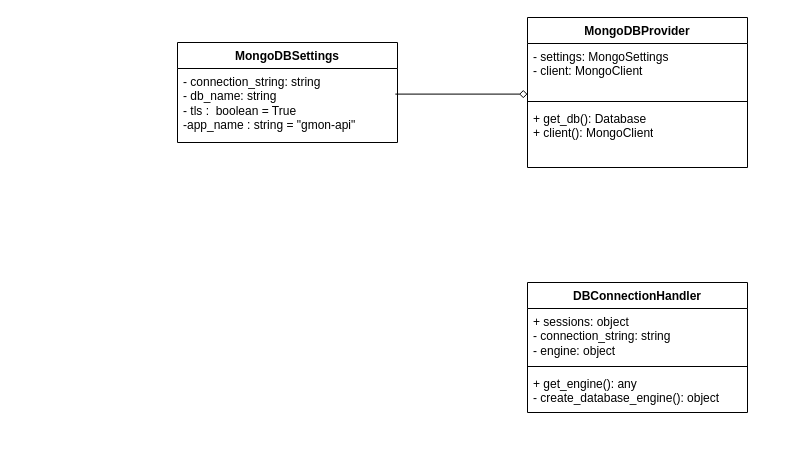
Above: docs/diagramas/diagrama_de_classes.drawio in pedromaximocampos/Clean-Architecture-Python (draw.io), before the change. Source tidied: cells renumbered, new cells numbered last; positions are measured from the earlier drawing's top-left corner, leaving out a move shared by most shapes. Both pictures are drawn from the tidied source at 100%, with x=0, y=0 at pixel (177, 17).
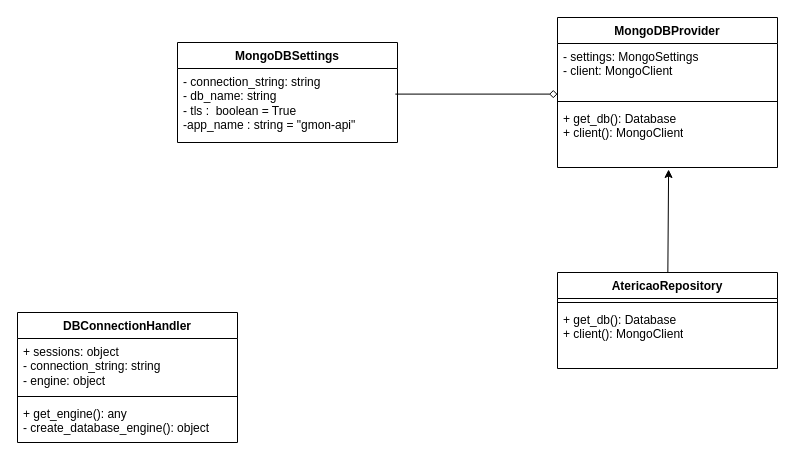
The same page after the edit.

What changed in the source:
```diff
@@
 <mxGraphModel>
   <root>
     <mxCell id="0" />
     <mxCell id="1" parent="0" />
     <mxCell id="2" value="&lt;span style=&quot;color: rgb(0, 0, 0);&quot;&gt;DBConnectionHandler&lt;/span&gt;" style="swimlane;fontStyle=1;align=center;verticalAlign=top;horizontal=1;startSize=26;whiteSpace=wrap;html=1;" parent="1" vertex="1">
-      <mxGeometry x="350" y="265" width="220" height="130" as="geometry" />
+      <mxGeometry x="-160" y="295" width="220" height="130" as="geometry" />
     </mxCell>
     <mxCell id="3" value="&lt;span style=&quot;color: rgb(0, 0, 0);&quot;&gt;+ sessions: object&lt;br&gt;- connection_string: string&lt;/span&gt;&lt;div&gt;&lt;span style=&quot;color: rgb(0, 0, 0);&quot;&gt;- engine: object&lt;/span&gt;&lt;/div&gt;" style="text;strokeColor=none;fillColor=none;align=left;verticalAlign=top;spacingLeft=4;spacingRight=4;overflow=hidden;whiteSpace=wrap;html=1;" parent="2" vertex="1">
       <mxGeometry y="26" width="220" height="54" as="geometry" />
     </mxCell>
     <mxCell id="4" style="line;strokeWidth=1;fillColor=none;align=left;verticalAlign=middle;spacingTop=-1;spacingLeft=3;spacingRight=3;labelPosition=right;strokeColor=inherit;" parent="2" vertex="1">
       <mxGeometry y="80" width="220" height="8" as="geometry" />
     </mxCell>
     <mxCell id="5" value="+ get_engine(): any&lt;br&gt;- create_database_engine(): object" style="text;strokeColor=none;fillColor=none;align=left;verticalAlign=top;spacingLeft=4;spacingRight=4;overflow=hidden;whiteSpace=wrap;html=1;" parent="2" vertex="1">
       <mxGeometry y="88" width="220" height="42" as="geometry" />
     </mxCell>
     <mxCell id="6" value="MongoDBProvider" style="swimlane;fontStyle=1;align=center;verticalAlign=top;horizontal=1;startSize=26;whiteSpace=wrap;html=1;" parent="1" vertex="1">
-      <mxGeometry x="350" width="220" height="150" as="geometry" />
+      <mxGeometry x="380" width="220" height="150" as="geometry" />
     </mxCell>
     <mxCell id="7" value="&lt;span style=&quot;color: rgb(0, 0, 0);&quot;&gt;- settings: MongoSettings&lt;/span&gt;&lt;div&gt;&lt;span style=&quot;color: rgb(0, 0, 0);&quot;&gt;- client: MongoClient&lt;/span&gt;&lt;/div&gt;" style="text;strokeColor=none;fillColor=none;align=left;verticalAlign=top;spacingLeft=4;spacingRight=4;overflow=hidden;points=[[0,0.5],[1,0.5]];portConstraint=eastwest;whiteSpace=wrap;html=1;" parent="6" vertex="1">
       <mxGeometry y="26" width="220" height="54" as="geometry" />
     </mxCell>
     <mxCell id="8" style="line;strokeWidth=1;fillColor=none;align=left;verticalAlign=middle;spacingTop=-1;spacingLeft=3;spacingRight=3;labelPosition=right;strokeColor=inherit;" parent="6" vertex="1">
       <mxGeometry y="80" width="220" height="8" as="geometry" />
     </mxCell>
     <mxCell id="9" value="+ get_db(): Database&amp;nbsp;&lt;div&gt;+ client(): MongoClient&lt;/div&gt;" style="text;strokeColor=none;fillColor=none;align=left;verticalAlign=top;spacingLeft=4;spacingRight=4;overflow=hidden;points=[[0,0.5],[1,0.5]];portConstraint=eastwest;whiteSpace=wrap;html=1;" parent="6" vertex="1">
       <mxGeometry y="88" width="220" height="62" as="geometry" />
     </mxCell>
     <mxCell id="10" value="MongoDBSettings" style="swimlane;fontStyle=1;align=center;verticalAlign=top;horizontal=1;startSize=26;whiteSpace=wrap;html=1;" parent="1" vertex="1">
       <mxGeometry y="25" width="220" height="100" as="geometry" />
     </mxCell>
     <mxCell id="11" value="&lt;span style=&quot;color: rgb(0, 0, 0);&quot;&gt;- connection_string: string&lt;/span&gt;&lt;div&gt;&lt;span style=&quot;color: rgb(0, 0, 0);&quot;&gt;- db_name: string&lt;/span&gt;&lt;/div&gt;&lt;div&gt;&lt;span style=&quot;color: rgb(0, 0, 0);&quot;&gt;- tls :&amp;nbsp; boolean = True&lt;/span&gt;&lt;/div&gt;&lt;div&gt;&lt;span style=&quot;color: rgb(0, 0, 0);&quot;&gt;-app_name : string = &quot;gmon-api&quot;&lt;/span&gt;&lt;/div&gt;&lt;div&gt;&lt;span style=&quot;color: rgb(0, 0, 0);&quot;&gt;&lt;br&gt;&lt;/span&gt;&lt;/div&gt;" style="text;strokeColor=none;fillColor=none;align=left;verticalAlign=top;spacingLeft=4;spacingRight=4;overflow=hidden;points=[[0,0.5],[1,0.5]];portConstraint=eastwest;whiteSpace=wrap;html=1;" parent="10" vertex="1">
       <mxGeometry y="26" width="220" height="74" as="geometry" />
     </mxCell>
     <mxCell id="12" style="edgeStyle=none;html=1;endArrow=diamond;endFill=0;exitX=0.99;exitY=0.346;exitDx=0;exitDy=0;exitPerimeter=0;entryX=0;entryY=0.937;entryDx=0;entryDy=0;entryPerimeter=0;" parent="1" edge="1" source="11" target="7">
       <mxGeometry relative="1" as="geometry" />
     </mxCell>
+    <mxCell id="13" value="AtericaoRepository&lt;div&gt;&lt;br&gt;&lt;/div&gt;" style="swimlane;fontStyle=1;align=center;verticalAlign=top;horizontal=1;startSize=26;whiteSpace=wrap;html=1;" parent="1" vertex="1">
+      <mxGeometry x="380" y="255" width="220" height="96" as="geometry" />
+    </mxCell>
+    <mxCell id="14" style="line;strokeWidth=1;fillColor=none;align=left;verticalAlign=middle;spacingTop=-1;spacingLeft=3;spacingRight=3;labelPosition=right;strokeColor=inherit;" parent="13" vertex="1">
+      <mxGeometry y="26" width="220" height="8" as="geometry" />
+    </mxCell>
+    <mxCell id="15" value="+ get_db(): Database&amp;nbsp;&lt;div&gt;+ client(): MongoClient&lt;/div&gt;" style="text;strokeColor=none;fillColor=none;align=left;verticalAlign=top;spacingLeft=4;spacingRight=4;overflow=hidden;whiteSpace=wrap;html=1;" parent="13" vertex="1">
+      <mxGeometry y="34" width="220" height="62" as="geometry" />
+    </mxCell>
+    <mxCell id="16" style="edgeStyle=none;html=1;entryX=0.505;entryY=1.032;entryDx=0;entryDy=0;entryPerimeter=0;" parent="1" edge="1" source="13" target="9">
+      <mxGeometry relative="1" as="geometry" />
+    </mxCell>
   </root>
 </mxGraphModel>
```
